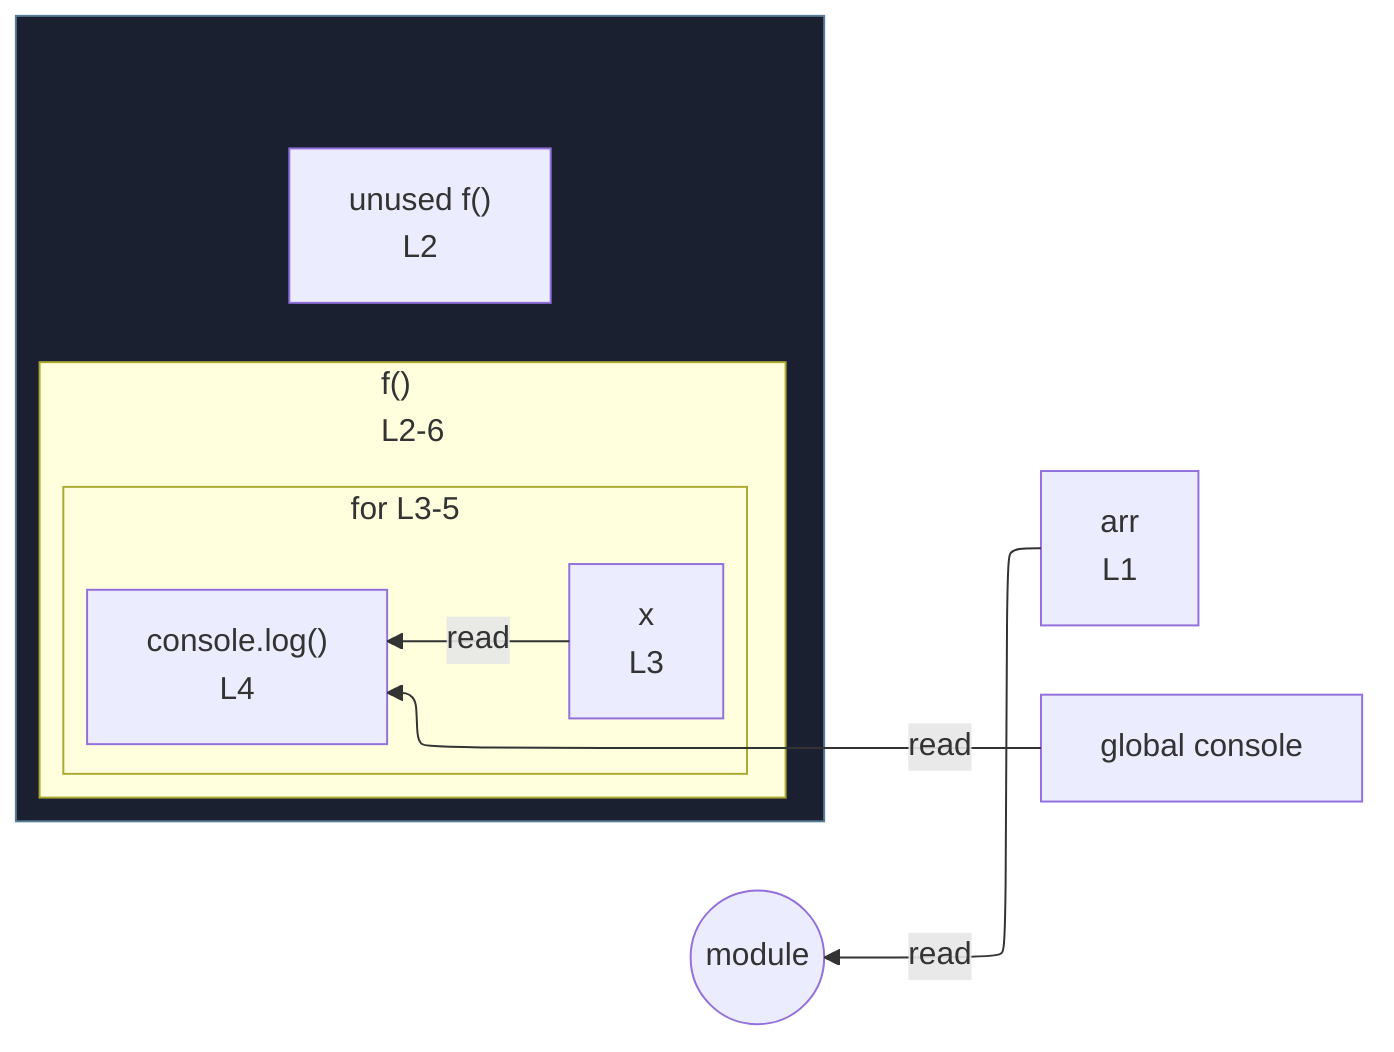
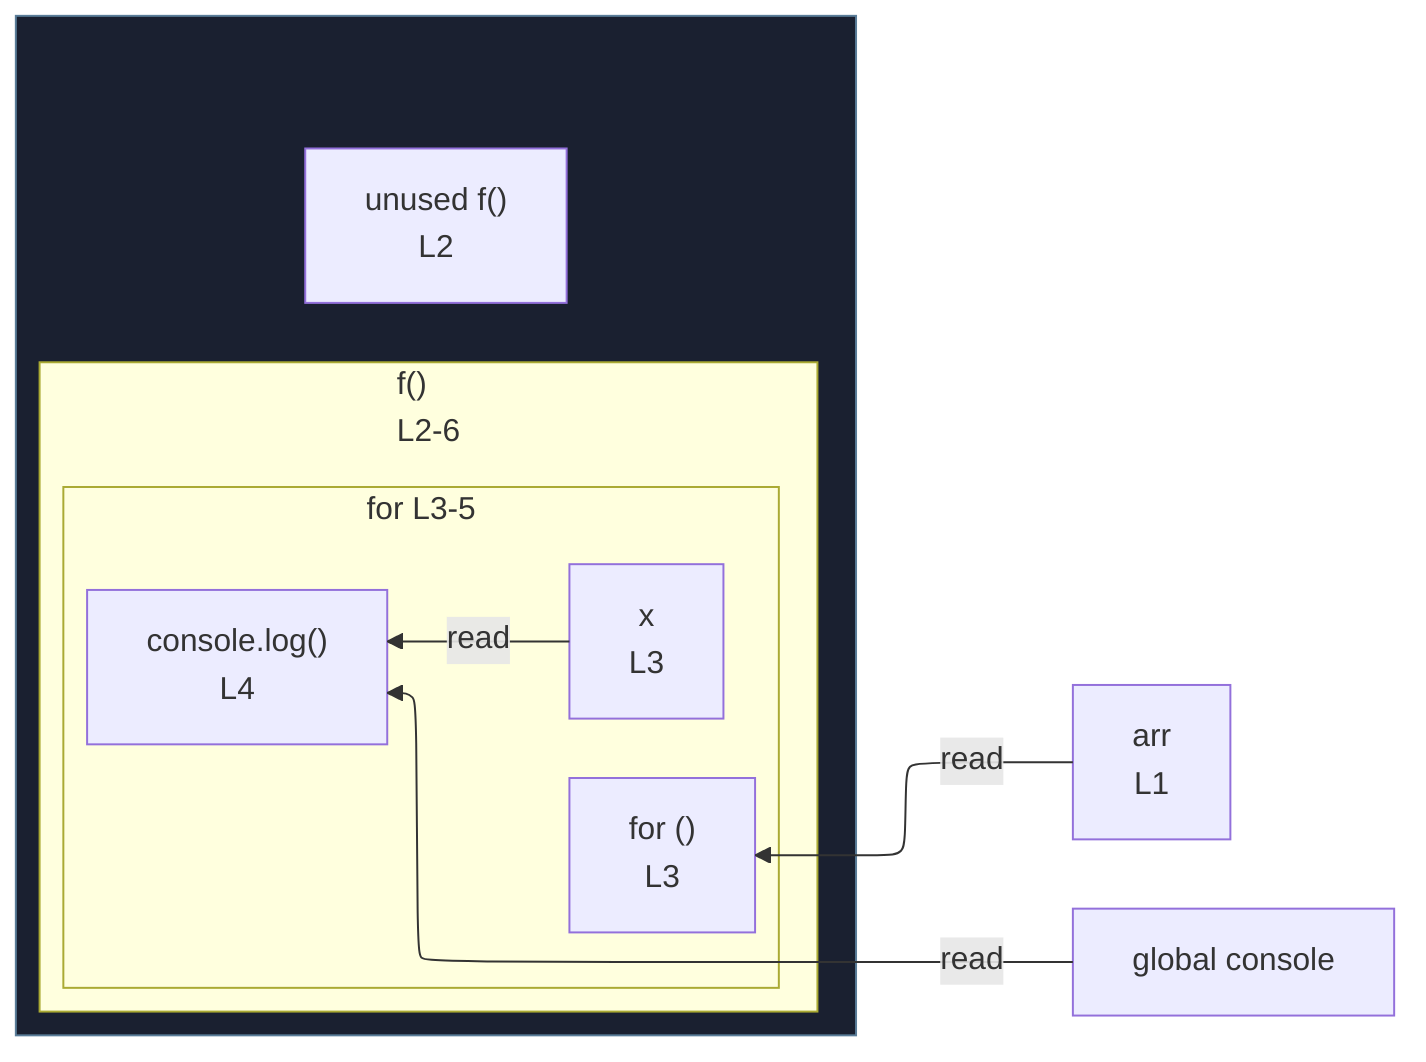
%%{init: {"flowchart": {"defaultRenderer": "elk"}}}%%
flowchart RL
  n_scope_0_arr_6["arr<br/>L1"]
  n_scope_0_console_61["global console"]
  subgraph wrap_s_scope_1[" "]
    direction TB
    n_scope_0_f_26["unused f()<br/>L2"]
    subgraph s_scope_1["f()<br/>L2-6"]
      direction RL
      subgraph s_scope_2["for L3-5"]
        direction RL
+         for_test_scope_1_34["for ()<br/>L3"]
        n_scope_2_x_45["x<br/>L3"]
        expr_stmt_61["console.log()<br/>L4"]
      end
    end
  end
-   n_scope_0_arr_6 -->|read| module_root
+   n_scope_0_arr_6 -->|read| for_test_scope_1_34
  n_scope_0_console_61 -->|read| expr_stmt_61
  n_scope_2_x_45 -->|read| expr_stmt_61
-   module_root((module))
  classDef fnWrap fill:#1a2030,stroke:#5a7d99;
  class wrap_s_scope_1 fnWrap;
